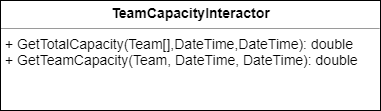
Before: assets/clean-architecture/TeamCapacityInteractor.png, a diagram exported from draw.io (plainionist/plainionist.github.io). Source tidied: cells renumbered, new cells last; positions are measured from the earlier drawing's top-left corner, leaving out a move shared by most shapes. The source it was exported from:
```xml
<mxGraphModel background="#ffffff">
  <root>
    <mxCell id="0" />
    <mxCell id="1" parent="0" />
    <mxCell id="2" value="&lt;p style=&quot;margin: 0px ; margin-top: 4px ; text-align: center&quot;&gt;&lt;b&gt;TeamCapacityInteractor&lt;/b&gt;&lt;/p&gt;&lt;hr size=&quot;1&quot;&gt;&lt;p style=&quot;margin: 0px ; margin-left: 4px&quot;&gt;&lt;/p&gt;&lt;p style=&quot;margin: 0px ; margin-left: 4px&quot;&gt;+ GetTotalCapacity(Team[],DateTime,DateTime): double&lt;/p&gt;&lt;p style=&quot;margin: 0px ; margin-left: 4px&quot;&gt;+ GetTeamCapacity(Team, DateTime, DateTime): double&lt;/p&gt;&lt;p style=&quot;margin: 0px ; margin-left: 4px&quot;&gt;&lt;br&gt;&lt;/p&gt;" style="verticalAlign=top;align=left;overflow=fill;fontSize=14;fontFamily=Helvetica;html=1;fillColor=#FFFFFF;" parent="1" vertex="1">
      <mxGeometry width="380" height="110" as="geometry" />
    </mxCell>
  </root>
</mxGraphModel>
```
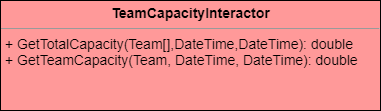
After the commit.

What changed in the source:
```diff
@@ -2,7 +2,7 @@
   <root>
     <mxCell id="0" />
     <mxCell id="1" parent="0" />
-    <mxCell id="2" value="&lt;p style=&quot;margin: 0px ; margin-top: 4px ; text-align: center&quot;&gt;&lt;b&gt;TeamCapacityInteractor&lt;/b&gt;&lt;/p&gt;&lt;hr size=&quot;1&quot;&gt;&lt;p style=&quot;margin: 0px ; margin-left: 4px&quot;&gt;&lt;/p&gt;&lt;p style=&quot;margin: 0px ; margin-left: 4px&quot;&gt;+ GetTotalCapacity(Team[],DateTime,DateTime): double&lt;/p&gt;&lt;p style=&quot;margin: 0px ; margin-left: 4px&quot;&gt;+ GetTeamCapacity(Team, DateTime, DateTime): double&lt;/p&gt;&lt;p style=&quot;margin: 0px ; margin-left: 4px&quot;&gt;&lt;br&gt;&lt;/p&gt;" style="verticalAlign=top;align=left;overflow=fill;fontSize=14;fontFamily=Helvetica;html=1;fillColor=#FFFFFF;" parent="1" vertex="1">
+    <mxCell id="2" value="&lt;p style=&quot;margin: 0px ; margin-top: 4px ; text-align: center&quot;&gt;&lt;b&gt;TeamCapacityInteractor&lt;/b&gt;&lt;/p&gt;&lt;hr size=&quot;1&quot;&gt;&lt;p style=&quot;margin: 0px ; margin-left: 4px&quot;&gt;&lt;/p&gt;&lt;p style=&quot;margin: 0px ; margin-left: 4px&quot;&gt;+ GetTotalCapacity(Team[],DateTime,DateTime): double&lt;/p&gt;&lt;p style=&quot;margin: 0px ; margin-left: 4px&quot;&gt;+ GetTeamCapacity(Team, DateTime, DateTime): double&lt;/p&gt;&lt;p style=&quot;margin: 0px ; margin-left: 4px&quot;&gt;&lt;br&gt;&lt;/p&gt;" style="verticalAlign=top;align=left;overflow=fill;fontSize=14;fontFamily=Helvetica;html=1;fillColor=#FF9999;" parent="1" vertex="1">
       <mxGeometry width="380" height="110" as="geometry" />
     </mxCell>
   </root>
```
